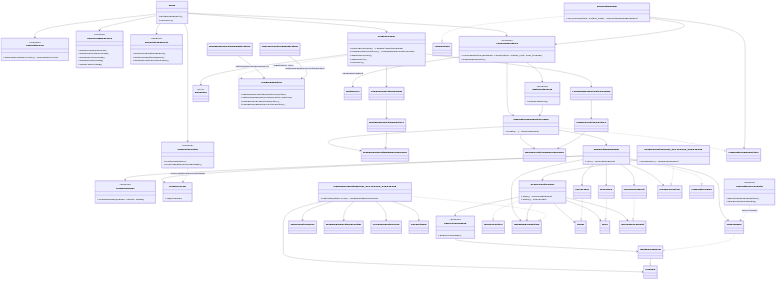
Earlier version of the Mermaid export docs/hld/class-overview.png (Sagi154/Drone-Mapper-ex3). Its source is kept beside it as docs/hld/class-overview.mmd.
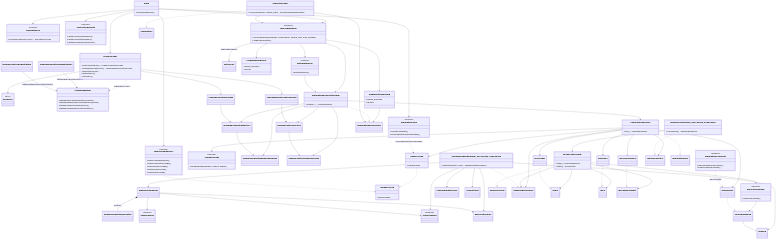
After the commit.

Commit message:
docs: fix HLD class and sequence diagram drift found by rubric review

The edit, as a diff of the source:
```diff
@@ -3,7 +3,6 @@
 
     class main {
       +writeModeReport()
-      +unloadAll()
     }
 
     class SimulationCli {
@@ -83,6 +82,20 @@
     class LoadedAlgorithmPlugin
     class LoadedMissionControlPlugin
 
+    class PluginMatrixBinding {
+      +plugin_filename
+      +factory
+    }
+
+    class PluginMatrixResult {
+      +plugin_filename
+      +results
+    }
+
+    class IRunErrorLog {
+      +log(ErrorRef)
+    }
+
     class RunErrorLog {
       +log(ErrorRef)
     }
@@ -95,6 +108,13 @@
 
     class WavefrontPlanner
     class MappingAlgorithmFrontier
+    class PathShaping {
+      <<module>>
+    }
+    class ScanPlanning {
+      <<module>>
+    }
+    class ExplorationPlan
     class ConeTemplateCache
     class VoxelStamp
 
@@ -149,9 +169,14 @@
     runPluginMatrix --> distributeWork
     runPluginMatrix --> SimulationRunFactoryImpl
     runPluginMatrix --> MatrixCell : expandRunMatrix
+    runPluginMatrix --> PluginMatrixBinding
+    runPluginMatrix --> PluginMatrixResult
+    PluginMatrixBinding --> ISimulationRunFactory
     distributeWork --> SimulationRunFactoryImpl
     SimulationRunFactoryImpl ..|> ISimulationRunFactory
     SimulationRunFactoryImpl --> SimulationRunImpl
+    SimulationRunFactoryImpl --> MappingAlgorithmFactory
+    SimulationRunFactoryImpl --> MissionControlFactory
     SimulationRunFactoryImpl --> MappingAlgorithmDependencies
     SimulationRunFactoryImpl --> MissionControlDependencies
     SimulationRunImpl ..|> ISimulationRun
@@ -188,13 +213,20 @@
     MappingAlgorithmImpl_207190406_209543255 ..|> IMappingAlgorithm
     MappingAlgorithmImpl_207190406_209543255 --> IMap3D
     MappingAlgorithmImpl_207190406_209543255 --> WavefrontPlanner
-    MappingAlgorithmImpl_207190406_209543255 --> MappingAlgorithmFrontier
+    MappingAlgorithmImpl_207190406_209543255 --> ExplorationPlan
+    MappingAlgorithmImpl_207190406_209543255 --> ScanPlanning
     MappingAlgorithmImpl_207190406_209543255 --> ConeTemplateCache
     MappingAlgorithmImpl_207190406_209543255 --> VoxelStamp
+    WavefrontPlanner *-- MappingAlgorithmFrontier : frontier_
+    WavefrontPlanner --> PathShaping
+    WavefrontPlanner --> ScanPlanning
+    WavefrontPlanner --> ExplorationPlan
     Map3DImpl ..|> IMutableMap3D
     IMutableMap3D --|> IMap3D
     MockLidar ..|> ILidar
     MockGPS ..|> IGPS
     MockMovement ..|> IDroneMovement
+    RunErrorLog ..|> IRunErrorLog
     SimulationCoordUtil ..> Map3DImpl : world spawn
     SimulatorPaths ..> RunErrorLog : errorLogPathFromOutputMap
+    YamlConfigParsers ..> IRunErrorLog
```
